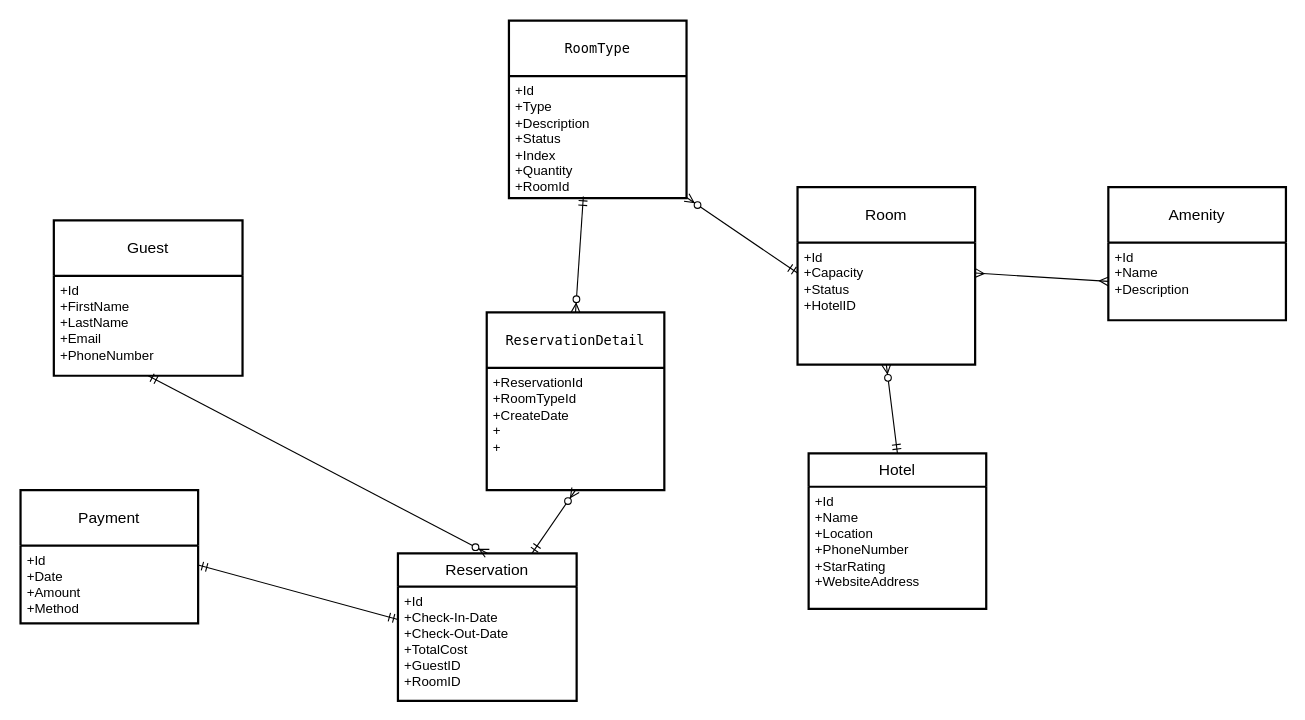
Earlier version of the draw.io diagram docs/aa.drawio (trichoip/HotelBooking.Api). Source tidied: cells renumbered, new cells numbered last; positions are measured from the earlier drawing's top-left corner, leaving out a move shared by most shapes. Both pictures are drawn from the tidied source at 111%, with x=0, y=0 at pixel (20, 20).
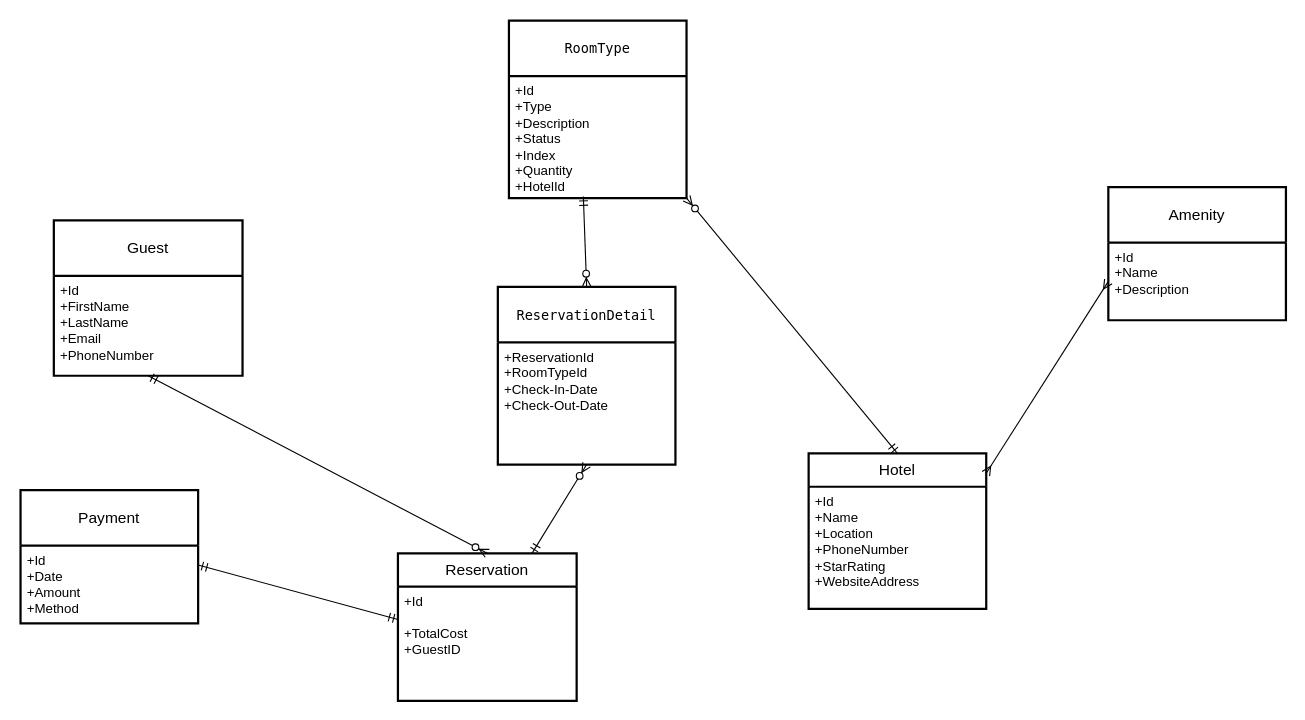
Above is the later version.

The change refers to these unchanged cells:
```xml
<mxCell id="6" value="Reservation" style="swimlane;horizontal=1;startSize=30;rounded=1;fontSize=14;fontStyle=0;strokeWidth=2;shadow=0;dashed=0;align=center;arcSize=0;whiteSpace=wrap;html=1;" parent="1" vertex="1">
  <mxGeometry x="340" y="480" width="161" height="133" as="geometry" />
</mxCell>
<mxCell id="10" value="Hotel" style="swimlane;horizontal=1;startSize=30;rounded=1;fontSize=14;fontStyle=0;strokeWidth=2;shadow=0;dashed=0;align=center;arcSize=0;whiteSpace=wrap;html=1;" parent="1" vertex="1">
  <mxGeometry x="710" y="390" width="160" height="140" as="geometry" />
</mxCell>
<mxCell id="13" value="&lt;div&gt;+Id&lt;/div&gt;&lt;div&gt;&lt;span style=&quot;font-size: 12px;&quot;&gt;+Name&lt;/span&gt;&lt;/div&gt;&lt;div&gt;&lt;span style=&quot;font-size: 12px;&quot;&gt;+Description&lt;/span&gt;&lt;/div&gt;" style="align=left;strokeColor=none;fillColor=none;spacingLeft=4;fontSize=12;verticalAlign=top;html=1;" parent="12" vertex="1">
  <mxGeometry y="50" width="160" height="70" as="geometry" />
</mxCell>
<mxCell id="17" value="&lt;code style=&quot;border: 0px solid rgb(217, 217, 227); box-sizing: border-box; --tw-border-spacing-x: 0; --tw-border-spacing-y: 0; --tw-translate-x: 0; --tw-translate-y: 0; --tw-rotate: 0; --tw-skew-x: 0; --tw-skew-y: 0; --tw-scale-x: 1; --tw-scale-y: 1; --tw-pan-x: ; --tw-pan-y: ; --tw-pinch-zoom: ; --tw-scroll-snap-strictness: proximity; --tw-gradient-from-position: ; --tw-gradient-via-position: ; --tw-gradient-to-position: ; --tw-ordinal: ; --tw-slashed-zero: ; --tw-numeric-figure: ; --tw-numeric-spacing: ; --tw-numeric-fraction: ; --tw-ring-inset: ; --tw-ring-offset-width: 0px; --tw-ring-offset-color: #fff; --tw-ring-color: rgba(69,89,164,.5); --tw-ring-offset-shadow: 0 0 transparent; --tw-ring-shadow: 0 0 transparent; --tw-shadow: 0 0 transparent; --tw-shadow-colored: 0 0 transparent; --tw-blur: ; --tw-brightness: ; --tw-contrast: ; --tw-grayscale: ; --tw-hue-rotate: ; --tw-invert: ; --tw-saturate: ; --tw-sepia: ; --tw-drop-shadow: ; --tw-backdrop-blur: ; --tw-backdrop-brightness: ; --tw-backdrop-contrast: ; --tw-backdrop-grayscale: ; --tw-backdrop-hue-rotate: ; --tw-backdrop-invert: ; --tw-backdrop-opacity: ; --tw-backdrop-saturate: ; --tw-backdrop-sepia: ; font-size: 0.875em; color: var(--tw-prose-code); font-family: &amp;quot;Söhne Mono&amp;quot;, Monaco, &amp;quot;Andale Mono&amp;quot;, &amp;quot;Ubuntu Mono&amp;quot;, monospace !important;&quot;&gt;RoomType&lt;/code&gt;" style="swimlane;horizontal=1;startSize=50;rounded=1;fontSize=14;fontStyle=0;strokeWidth=2;shadow=0;dashed=0;align=center;arcSize=0;whiteSpace=wrap;html=1;" parent="1" vertex="1">
  <mxGeometry x="440" width="160" height="160" as="geometry" />
</mxCell>
```

Diff of the diagram source:
```diff
@@
-    <mxCell id="7" value="+Id&lt;br&gt;+Check-In-Date&lt;br&gt;+Check-Out-Date&lt;br&gt;+TotalCost&lt;br&gt;+GuestID&lt;br&gt;+RoomID" style="align=left;strokeColor=none;fillColor=none;spacingLeft=4;fontSize=12;verticalAlign=top;html=1;" parent="6" vertex="1">
+    <mxCell id="7" value="+Id&lt;br&gt;&lt;br&gt;+TotalCost&lt;br&gt;+GuestID" style="align=left;strokeColor=none;fillColor=none;spacingLeft=4;fontSize=12;verticalAlign=top;html=1;" parent="6" vertex="1">
       <mxGeometry y="30" width="161" height="103" as="geometry" />
     </mxCell>
-    <mxCell id="8" value="Room" style="swimlane;horizontal=1;startSize=50;rounded=1;fontSize=14;fontStyle=0;strokeWidth=2;shadow=0;dashed=0;align=center;arcSize=0;whiteSpace=wrap;html=1;" parent="1" vertex="1">
-      <mxGeometry x="700" y="150" width="160" height="160" as="geometry" />
-    </mxCell>
-    <mxCell id="9" value="+Id&lt;br&gt;+Capacity&lt;br&gt;+Status&lt;br&gt;+HotelID" style="align=left;strokeColor=none;fillColor=none;spacingLeft=4;fontSize=12;verticalAlign=top;html=1;" parent="8" vertex="1">
-      <mxGeometry y="50" width="160" height="110" as="geometry" />
-    </mxCell>
@@
-    <mxCell id="14" style="fontSize=12;html=1;endArrow=ERmany;startArrow=ERmany;rounded=0;entryX=0;entryY=0.5;entryDx=0;entryDy=0;exitX=1;exitY=0.25;exitDx=0;exitDy=0;" parent="1" edge="1" source="9" target="13">
+    <mxCell id="14" style="fontSize=12;html=1;endArrow=ERmany;startArrow=ERmany;rounded=0;entryX=0;entryY=0.5;entryDx=0;entryDy=0;exitX=0.998;exitY=0.131;exitDx=0;exitDy=0;exitPerimeter=0;" parent="1" edge="1" source="10" target="13">
       <mxGeometry relative="1" as="geometry" />
     </mxCell>
@@
-    <mxCell id="16" style="fontSize=12;html=1;endArrow=ERzeroToMany;startArrow=ERmandOne;rounded=0;exitX=0.5;exitY=0;exitDx=0;exitDy=0;entryX=0.5;entryY=1;entryDx=0;entryDy=0;" parent="1" edge="1" source="10" target="9">
+    <mxCell id="16" style="fontSize=12;html=1;endArrow=ERzeroToMany;startArrow=ERmandOne;rounded=0;exitX=0.5;exitY=0;exitDx=0;exitDy=0;entryX=1;entryY=1;entryDx=0;entryDy=0;" parent="1" edge="1" source="10" target="18">
       <mxGeometry relative="1" as="geometry" />
     </mxCell>
@@
-    <mxCell id="18" value="+Id&lt;br&gt;+Type&lt;br&gt;+Description&lt;br&gt;+Status&lt;br&gt;+Index&lt;br&gt;+Quantity&lt;br&gt;+RoomId" style="align=left;strokeColor=none;fillColor=none;spacingLeft=4;fontSize=12;verticalAlign=top;html=1;" parent="17" vertex="1">
+    <mxCell id="18" value="+Id&lt;br&gt;+Type&lt;br&gt;+Description&lt;br&gt;+Status&lt;br&gt;+Index&lt;br&gt;+Quantity&lt;br&gt;+HotelId" style="align=left;strokeColor=none;fillColor=none;spacingLeft=4;fontSize=12;verticalAlign=top;html=1;" parent="17" vertex="1">
       <mxGeometry y="50" width="160" height="110" as="geometry" />
     </mxCell>
-    <mxCell id="19" style="fontSize=12;html=1;endArrow=ERzeroToMany;startArrow=ERmandOne;rounded=0;exitX=0;exitY=0.25;exitDx=0;exitDy=0;" parent="1" edge="1" source="9" target="18">
-      <mxGeometry relative="1" as="geometry" />
-    </mxCell>
@@
     <mxCell id="21" value="&lt;code style=&quot;border: 0px solid rgb(217, 217, 227); box-sizing: border-box; --tw-border-spacing-x: 0; --tw-border-spacing-y: 0; --tw-translate-x: 0; --tw-translate-y: 0; --tw-rotate: 0; --tw-skew-x: 0; --tw-skew-y: 0; --tw-scale-x: 1; --tw-scale-y: 1; --tw-pan-x: ; --tw-pan-y: ; --tw-pinch-zoom: ; --tw-scroll-snap-strictness: proximity; --tw-gradient-from-position: ; --tw-gradient-via-position: ; --tw-gradient-to-position: ; --tw-ordinal: ; --tw-slashed-zero: ; --tw-numeric-figure: ; --tw-numeric-spacing: ; --tw-numeric-fraction: ; --tw-ring-inset: ; --tw-ring-offset-width: 0px; --tw-ring-offset-color: #fff; --tw-ring-color: rgba(69,89,164,.5); --tw-ring-offset-shadow: 0 0 transparent; --tw-ring-shadow: 0 0 transparent; --tw-shadow: 0 0 transparent; --tw-shadow-colored: 0 0 transparent; --tw-blur: ; --tw-brightness: ; --tw-contrast: ; --tw-grayscale: ; --tw-hue-rotate: ; --tw-invert: ; --tw-saturate: ; --tw-sepia: ; --tw-drop-shadow: ; --tw-backdrop-blur: ; --tw-backdrop-brightness: ; --tw-backdrop-contrast: ; --tw-backdrop-grayscale: ; --tw-backdrop-hue-rotate: ; --tw-backdrop-invert: ; --tw-backdrop-opacity: ; --tw-backdrop-saturate: ; --tw-backdrop-sepia: ; font-size: 0.875em; color: var(--tw-prose-code); font-family: &amp;quot;Söhne Mono&amp;quot;, Monaco, &amp;quot;Andale Mono&amp;quot;, &amp;quot;Ubuntu Mono&amp;quot;, monospace !important;&quot;&gt;ReservationDetail&lt;/code&gt;" style="swimlane;horizontal=1;startSize=50;rounded=1;fontSize=14;fontStyle=0;strokeWidth=2;shadow=0;dashed=0;align=center;arcSize=0;whiteSpace=wrap;html=1;" parent="1" vertex="1">
-      <mxGeometry x="420" y="263" width="160" height="160" as="geometry" />
+      <mxGeometry x="430" y="240" width="160" height="160" as="geometry" />
     </mxCell>
-    <mxCell id="22" value="+ReservationId&lt;br&gt;+RoomTypeId&lt;br&gt;+CreateDate&lt;br&gt;+&lt;br&gt;+" style="align=left;strokeColor=none;fillColor=none;spacingLeft=4;fontSize=12;verticalAlign=top;html=1;" parent="21" vertex="1">
+    <mxCell id="22" value="+ReservationId&lt;br&gt;+RoomTypeId&lt;br&gt;+Check-In-Date&lt;br&gt;+Check-Out-Date" style="align=left;strokeColor=none;fillColor=none;spacingLeft=4;fontSize=12;verticalAlign=top;html=1;" parent="21" vertex="1">
       <mxGeometry y="50" width="160" height="110" as="geometry" />
     </mxCell>
```
